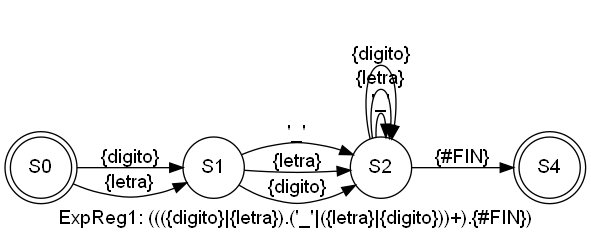
Before: AFD_202004765/AFD_ExpReg1.png, a diagram exported from Graphviz (PikaGuty/OLC1_Proyecto1_202004765). Its source is kept beside it as AFD_202004765/AFD_ExpReg1.dot. The source it was exported from:
```dot
digraph finite_state_machine {
	fontname="Helvetica,Arial,sans-serif"
       label="ExpReg1: ((({digito}|{letra}).('_'|({letra}|{digito}))+).{#FIN})"	node [fontname="Helvetica,Arial,sans-serif"]
	edge [fontname="Helvetica,Arial,sans-serif"]
	rankdir=LR;
	size="8,5";
       node [shape = doublecircle]; S0 S4;
	node [shape = circle];S0 -> S1 [label = "{digito}"];
S0 -> S1 [label = "{letra}"];
S1 -> S2 [label = "'_'"];
S1 -> S2 [label = "{letra}"];
S1 -> S2 [label = "{digito}"];
S2 -> S2 [label = "'_'"];
S2 -> S2 [label = "{letra}"];
S2 -> S2 [label = "{digito}"];
S2 -> S4 [label = "{#FIN}"];
}
```
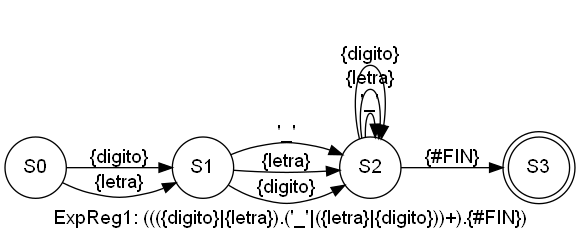
Above is the later version.

Change to the diagram source:
```diff
@@ -4,7 +4,7 @@
 	edge [fontname="Helvetica,Arial,sans-serif"]
 	rankdir=LR;
 	size="8,5";
-       node [shape = doublecircle]; S0 S4;
+       node [shape = doublecircle]; S3;
 	node [shape = circle];S0 -> S1 [label = "{digito}"];
 S0 -> S1 [label = "{letra}"];
 S1 -> S2 [label = "'_'"];
@@ -13,5 +13,5 @@
 S2 -> S2 [label = "'_'"];
 S2 -> S2 [label = "{letra}"];
 S2 -> S2 [label = "{digito}"];
-S2 -> S4 [label = "{#FIN}"];
+S2 -> S3 [label = "{#FIN}"];
 }
```
